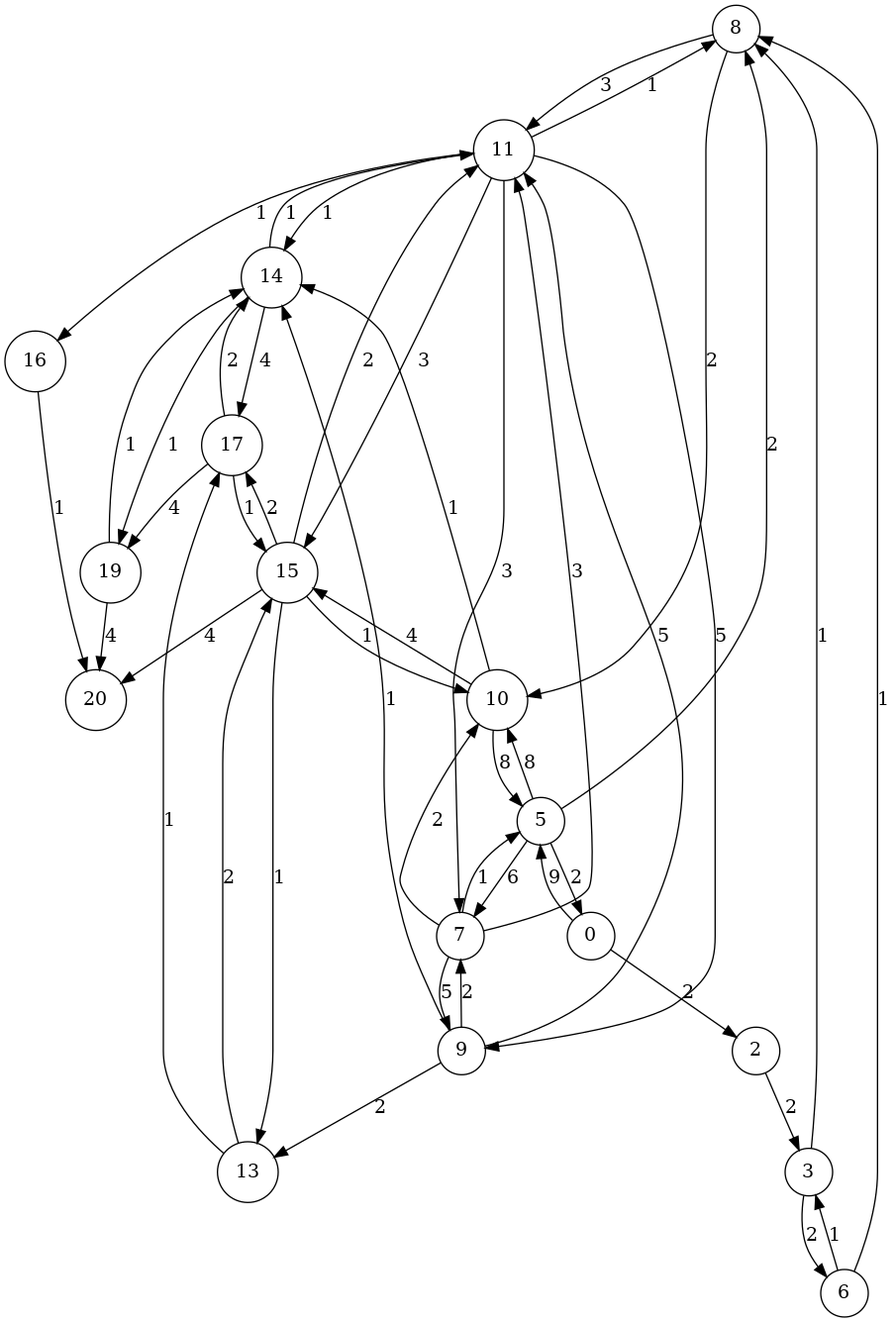
Earlier version of the Graphviz export figures/grapha.png (kaygun/ford-fulkerson). Its source is kept beside it as figures/grapha.dot.
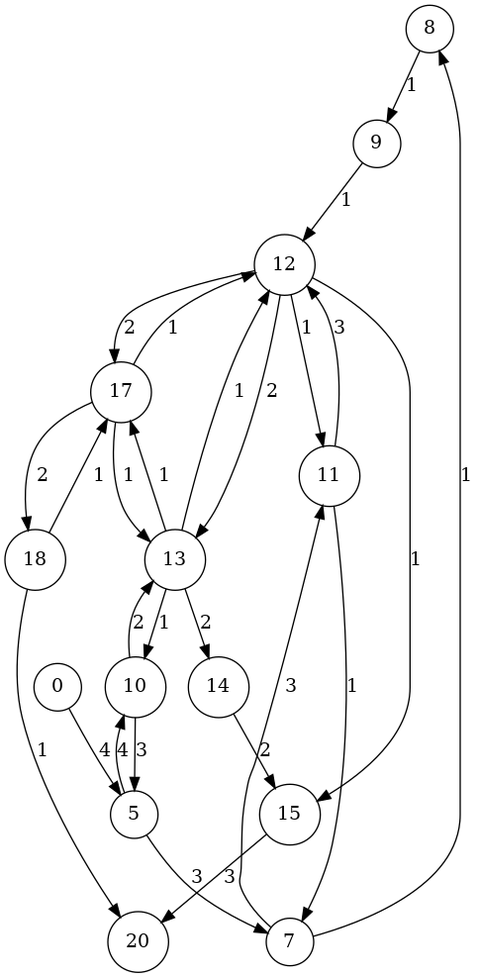
After the change.

Change to the diagram source:
```diff
@@ -1,49 +1,29 @@
 digraph G {
 node[shape=circle];
-"8" -> "11" [label=3];
-"10" -> "14" [label=1];
-"10" -> "5" [label=8];
-"13" -> "15" [label=2];
-"15" -> "11" [label=2];
-"11" -> "9" [label=5];
+"8" -> "9" [label=1];
+"10" -> "5" [label=3];
 "7" -> "11" [label=3];
-"10" -> "15" [label=4];
-"14" -> "17" [label=4];
-"2" -> "3" [label=2];
-"15" -> "17" [label=2];
-"5" -> "10" [label=8];
-"6" -> "3" [label=1];
-"0" -> "5" [label=9];
-"11" -> "14" [label=1];
-"8" -> "10" [label=2];
-"14" -> "19" [label=1];
-"15" -> "20" [label=4];
-"11" -> "8" [label=1];
-"5" -> "7" [label=6];
-"9" -> "14" [label=1];
-"15" -> "10" [label=1];
-"5" -> "8" [label=2];
-"14" -> "11" [label=1];
-"6" -> "8" [label=1];
-"9" -> "11" [label=5];
-"7" -> "9" [label=5];
+"12" -> "17" [label=2];
+"10" -> "13" [label=2];
+"12" -> "13" [label=2];
+"13" -> "12" [label=1];
+"5" -> "10" [label=4];
+"0" -> "5" [label=4];
+"17" -> "18" [label=2];
+"17" -> "12" [label=1];
+"7" -> "8" [label=1];
+"9" -> "12" [label=1];
+"15" -> "20" [label=3];
+"14" -> "15" [label=2];
+"5" -> "7" [label=3];
+"11" -> "12" [label=3];
+"12" -> "11" [label=1];
+"18" -> "17" [label=1];
 "13" -> "17" [label=1];
-"3" -> "6" [label=2];
-"19" -> "14" [label=1];
-"7" -> "10" [label=2];
-"17" -> "14" [label=2];
-"11" -> "7" [label=3];
-"9" -> "7" [label=2];
-"17" -> "15" [label=1];
-"15" -> "13" [label=1];
-"0" -> "2" [label=2];
-"11" -> "15" [label=3];
-"9" -> "13" [label=2];
-"3" -> "8" [label=1];
-"17" -> "19" [label=4];
-"16" -> "20" [label=1];
-"7" -> "5" [label=1];
-"5" -> "0" [label=2];
-"19" -> "20" [label=4];
-"11" -> "16" [label=1];
+"12" -> "15" [label=1];
+"11" -> "7" [label=1];
+"17" -> "13" [label=1];
+"13" -> "10" [label=1];
+"18" -> "20" [label=1];
+"13" -> "14" [label=2];
 }
```
